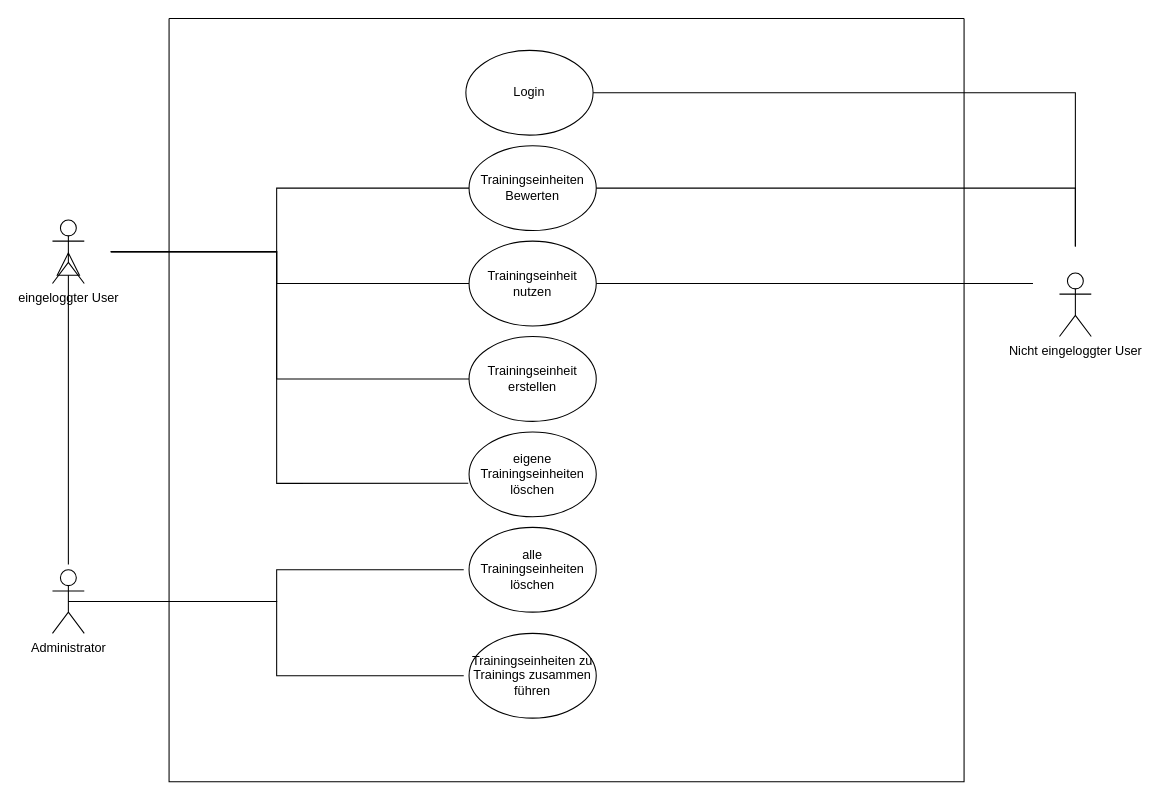
Before: Unbenanntes Diagramm.drawio in andrinnn6789/FootballAdministrationsApp, a draw.io diagram. Source tidied: cells renumbered, new cells numbered last; positions are measured from the earlier drawing's top-left corner, leaving out a move shared by most shapes. Both pictures are drawn from the tidied source at 106%, with x=0, y=0 at pixel (52, 18).
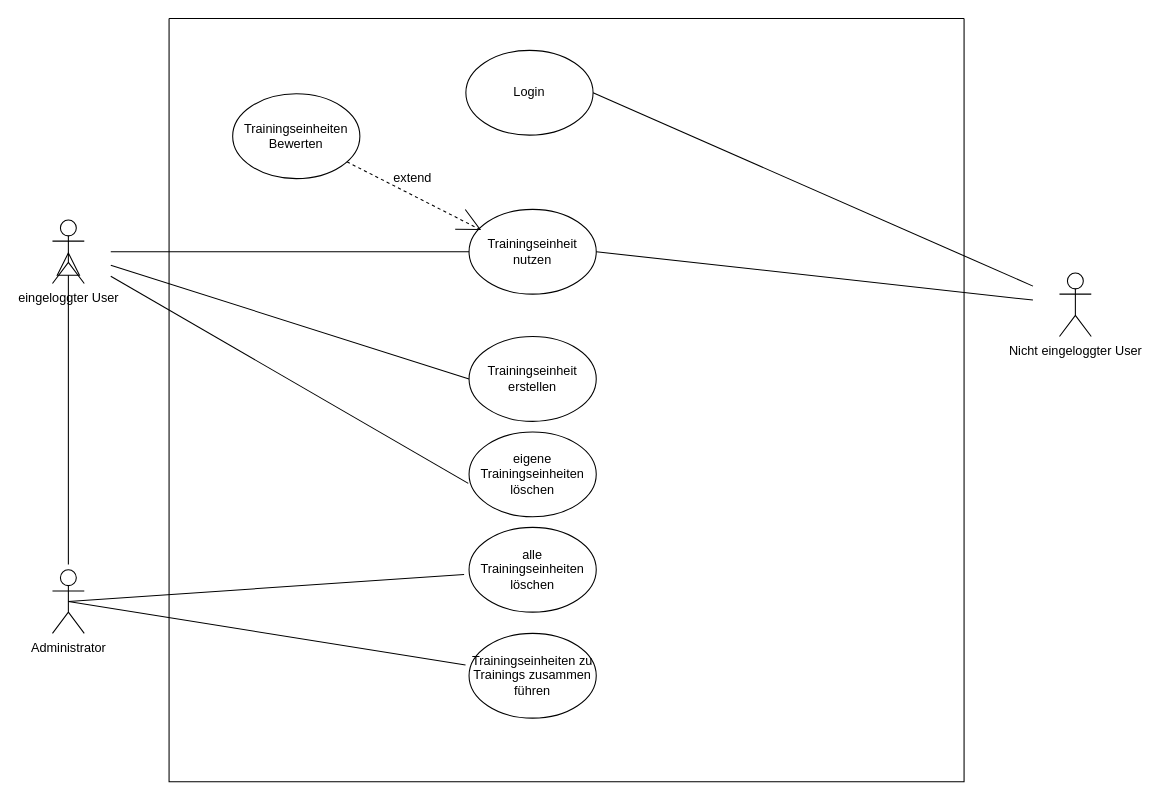
After the change.

Unchanged cells that the change refers to:
```xml
<mxCell id="4" style="swimlane;startSize=0;" parent="1" vertex="1">
  <mxGeometry x="110" width="750" height="720" as="geometry" />
</mxCell>
<mxCell id="5" value="Trainingseinheit erstellen" style="ellipse;whiteSpace=wrap;html=1;" parent="4" vertex="1">
  <mxGeometry x="283" y="300" width="120" height="80" as="geometry" />
</mxCell>
<mxCell id="6" value="alle Trainingseinheiten löschen" style="ellipse;whiteSpace=wrap;html=1;" parent="4" vertex="1">
  <mxGeometry x="283" y="480" width="120" height="80" as="geometry" />
</mxCell>
<mxCell id="9" value="Trainingseinheiten zu Trainings zusammen führen" style="ellipse;whiteSpace=wrap;html=1;" parent="4" vertex="1">
  <mxGeometry x="283" y="580" width="120" height="80" as="geometry" />
</mxCell>
<mxCell id="10" value="eigene Trainingseinheiten löschen" style="ellipse;whiteSpace=wrap;html=1;" parent="4" vertex="1">
  <mxGeometry x="283" y="390" width="120" height="80" as="geometry" />
</mxCell>
<mxCell id="11" value="Login" style="ellipse;whiteSpace=wrap;html=1;" parent="4" vertex="1">
  <mxGeometry x="280" y="30" width="120" height="80" as="geometry" />
</mxCell>
<mxCell id="15" value="Nicht eingeloggter User" style="shape=umlActor;verticalLabelPosition=bottom;verticalAlign=top;html=1;outlineConnect=0;" parent="1" vertex="1">
  <mxGeometry x="950" y="240" width="30" height="60" as="geometry" />
</mxCell>
<mxCell id="21" value="eingeloggter User" style="shape=umlActor;verticalLabelPosition=bottom;verticalAlign=top;html=1;outlineConnect=0;" parent="1" vertex="1">
  <mxGeometry y="190" width="30" height="60" as="geometry" />
</mxCell>
<mxCell id="24" value="Administrator" style="shape=umlActor;verticalLabelPosition=bottom;verticalAlign=top;html=1;outlineConnect=0;" parent="1" vertex="1">
  <mxGeometry y="520" width="30" height="60" as="geometry" />
</mxCell>
```

Diff of the diagram source:
```diff
@@
     <mxCell id="7" value="Trainingseinheit nutzen" style="ellipse;whiteSpace=wrap;html=1;" parent="4" vertex="1">
-      <mxGeometry x="283" y="210" width="120" height="80" as="geometry" />
+      <mxGeometry x="283" y="180" width="120" height="80" as="geometry" />
     </mxCell>
+    <mxCell id="25" style="rounded=0;sketch=0;jumpSize=4;jettySize=auto;entryX=0.095;entryY=0.244;entryDx=0;entryDy=0;entryPerimeter=0;startArrow=none;startFill=0;endArrow=open;endFill=0;startSize=20;endSize=20;sourcePerimeterSpacing=0;targetPerimeterSpacing=5;strokeWidth=1;dashed=1;html=1;" parent="4" edge="1" source="8" target="7">
+      <mxGeometry relative="1" as="geometry" />
+    </mxCell>
     <mxCell id="8" value="Trainingseinheiten Bewerten" style="ellipse;whiteSpace=wrap;html=1;" parent="4" vertex="1">
-      <mxGeometry x="283" y="120" width="120" height="80" as="geometry" />
+      <mxGeometry x="60" y="71" width="120" height="80" as="geometry" />
     </mxCell>
@@
+    <mxCell id="26" value="extend" style="text;html=1;strokeColor=none;fillColor=none;align=center;verticalAlign=middle;whiteSpace=wrap;rounded=0;" parent="4" vertex="1">
+      <mxGeometry x="200" y="136" width="60" height="30" as="geometry" />
+    </mxCell>
-    <mxCell id="12" style="edgeStyle=orthogonalEdgeStyle;rounded=0;sketch=0;jumpSize=4;jettySize=auto;html=1;entryX=1;entryY=0.5;entryDx=0;entryDy=0;startArrow=none;startFill=0;endArrow=none;endFill=0;startSize=20;endSize=20;sourcePerimeterSpacing=25;targetPerimeterSpacing=5;strokeWidth=1;" parent="1" edge="1" source="15" target="11">
-      <mxGeometry relative="1" as="geometry">
-        <Array as="points">
-          <mxPoint x="965" y="70" />
-        </Array>
-      </mxGeometry>
+    <mxCell id="12" style="rounded=0;sketch=0;jumpSize=4;jettySize=auto;html=1;entryX=1;entryY=0.5;entryDx=0;entryDy=0;startArrow=none;startFill=0;endArrow=none;endFill=0;startSize=20;endSize=20;sourcePerimeterSpacing=25;targetPerimeterSpacing=5;strokeWidth=1;" parent="1" edge="1" source="15" target="11">
+      <mxGeometry relative="1" as="geometry" />
     </mxCell>
-    <mxCell id="13" style="edgeStyle=orthogonalEdgeStyle;rounded=0;sketch=0;jumpSize=4;jettySize=auto;html=1;entryX=1;entryY=0.5;entryDx=0;entryDy=0;startArrow=none;startFill=0;endArrow=none;endFill=0;startSize=20;endSize=20;sourcePerimeterSpacing=25;targetPerimeterSpacing=5;strokeWidth=1;" parent="1" edge="1" source="15" target="8">
-      <mxGeometry relative="1" as="geometry">
-        <Array as="points">
-          <mxPoint x="965" y="160" />
-        </Array>
-      </mxGeometry>
-    </mxCell>
-    <mxCell id="14" style="edgeStyle=orthogonalEdgeStyle;rounded=0;sketch=0;jumpSize=4;jettySize=auto;html=1;entryX=1;entryY=0.5;entryDx=0;entryDy=0;startArrow=none;startFill=0;endArrow=none;endFill=0;startSize=20;endSize=20;sourcePerimeterSpacing=25;targetPerimeterSpacing=5;strokeWidth=1;" parent="1" edge="1" source="15" target="7">
-      <mxGeometry relative="1" as="geometry">
-        <Array as="points">
-          <mxPoint x="710" y="250" />
-          <mxPoint x="710" y="250" />
-        </Array>
-      </mxGeometry>
+    <mxCell id="14" style="rounded=0;sketch=0;jumpSize=4;jettySize=auto;html=1;entryX=1;entryY=0.5;entryDx=0;entryDy=0;startArrow=none;startFill=0;endArrow=none;endFill=0;startSize=20;endSize=20;sourcePerimeterSpacing=25;targetPerimeterSpacing=5;strokeWidth=1;" parent="1" edge="1" source="15" target="7">
+      <mxGeometry relative="1" as="geometry" />
     </mxCell>
@@
-    <mxCell id="16" style="edgeStyle=orthogonalEdgeStyle;rounded=0;sketch=0;jumpSize=4;jettySize=auto;html=1;exitX=0.5;exitY=0.5;exitDx=0;exitDy=0;exitPerimeter=0;endArrow=none;endFill=0;startSize=20;endSize=20;sourcePerimeterSpacing=25;targetPerimeterSpacing=5;strokeWidth=1;startArrow=block;startFill=0;" parent="1" edge="1" source="21" target="24">
+    <mxCell id="16" style="rounded=0;sketch=0;jumpSize=4;jettySize=auto;html=1;exitX=0.5;exitY=0.5;exitDx=0;exitDy=0;exitPerimeter=0;endArrow=none;endFill=0;startSize=20;endSize=20;sourcePerimeterSpacing=25;targetPerimeterSpacing=5;strokeWidth=1;startArrow=block;startFill=0;" parent="1" edge="1" source="21" target="24">
       <mxGeometry relative="1" as="geometry" />
     </mxCell>
-    <mxCell id="17" style="edgeStyle=orthogonalEdgeStyle;rounded=0;sketch=0;jumpSize=4;jettySize=auto;html=1;entryX=-0.006;entryY=0.606;entryDx=0;entryDy=0;entryPerimeter=0;startArrow=none;startFill=0;endArrow=none;endFill=0;startSize=20;endSize=20;sourcePerimeterSpacing=25;targetPerimeterSpacing=5;strokeWidth=1;" parent="1" edge="1" source="21" target="10">
+    <mxCell id="17" style="rounded=0;sketch=0;jumpSize=4;jettySize=auto;html=1;entryX=-0.006;entryY=0.606;entryDx=0;entryDy=0;entryPerimeter=0;startArrow=none;startFill=0;endArrow=none;endFill=0;startSize=20;endSize=20;sourcePerimeterSpacing=25;targetPerimeterSpacing=5;strokeWidth=1;" parent="1" edge="1" source="21" target="10">
       <mxGeometry relative="1" as="geometry" />
     </mxCell>
-    <mxCell id="18" style="edgeStyle=orthogonalEdgeStyle;rounded=0;sketch=0;jumpSize=4;jettySize=auto;html=1;entryX=0;entryY=0.5;entryDx=0;entryDy=0;startArrow=none;startFill=0;endArrow=none;endFill=0;startSize=20;endSize=20;sourcePerimeterSpacing=25;targetPerimeterSpacing=5;strokeWidth=1;" parent="1" edge="1" source="21" target="5">
+    <mxCell id="18" style="rounded=0;sketch=0;jumpSize=4;jettySize=auto;html=1;entryX=0;entryY=0.5;entryDx=0;entryDy=0;startArrow=none;startFill=0;endArrow=none;endFill=0;startSize=20;endSize=20;sourcePerimeterSpacing=25;targetPerimeterSpacing=5;strokeWidth=1;" parent="1" edge="1" source="21" target="5">
       <mxGeometry relative="1" as="geometry" />
     </mxCell>
-    <mxCell id="19" style="edgeStyle=orthogonalEdgeStyle;rounded=0;sketch=0;jumpSize=4;jettySize=auto;html=1;entryX=0;entryY=0.5;entryDx=0;entryDy=0;startArrow=none;startFill=0;endArrow=none;endFill=0;startSize=20;endSize=20;sourcePerimeterSpacing=25;targetPerimeterSpacing=5;strokeWidth=1;" parent="1" edge="1" source="21" target="7">
+    <mxCell id="19" style="rounded=0;sketch=0;jumpSize=4;jettySize=auto;html=1;entryX=0;entryY=0.5;entryDx=0;entryDy=0;startArrow=none;startFill=0;endArrow=none;endFill=0;startSize=20;endSize=20;sourcePerimeterSpacing=25;targetPerimeterSpacing=5;strokeWidth=1;" parent="1" edge="1" source="21" target="7">
       <mxGeometry relative="1" as="geometry" />
     </mxCell>
-    <mxCell id="20" style="edgeStyle=orthogonalEdgeStyle;rounded=0;sketch=0;jumpSize=4;jettySize=auto;html=1;entryX=0;entryY=0.5;entryDx=0;entryDy=0;startArrow=none;startFill=0;endArrow=none;endFill=0;startSize=20;endSize=20;sourcePerimeterSpacing=25;targetPerimeterSpacing=5;strokeWidth=1;" parent="1" edge="1" source="21" target="8">
-      <mxGeometry relative="1" as="geometry" />
-    </mxCell>
@@
-    <mxCell id="22" style="edgeStyle=orthogonalEdgeStyle;rounded=0;sketch=0;jumpSize=4;jettySize=auto;html=1;exitX=0.5;exitY=0.5;exitDx=0;exitDy=0;exitPerimeter=0;endArrow=none;endFill=0;startSize=5;endSize=15;sourcePerimeterSpacing=5;targetPerimeterSpacing=5;strokeWidth=1;startArrow=none;startFill=0;" parent="1" edge="1" source="24" target="6">
+    <mxCell id="22" style="rounded=0;sketch=0;jumpSize=4;jettySize=auto;html=1;exitX=0.5;exitY=0.5;exitDx=0;exitDy=0;exitPerimeter=0;endArrow=none;endFill=0;startSize=5;endSize=15;sourcePerimeterSpacing=5;targetPerimeterSpacing=5;strokeWidth=1;startArrow=none;startFill=0;" parent="1" edge="1" source="24" target="6">
       <mxGeometry relative="1" as="geometry" />
     </mxCell>
-    <mxCell id="23" style="edgeStyle=orthogonalEdgeStyle;rounded=0;sketch=0;jumpSize=4;jettySize=auto;html=1;exitX=0.5;exitY=0.5;exitDx=0;exitDy=0;exitPerimeter=0;endArrow=none;endFill=0;startSize=5;endSize=15;sourcePerimeterSpacing=5;targetPerimeterSpacing=5;strokeWidth=1;startArrow=none;startFill=0;" parent="1" edge="1" source="24" target="9">
+    <mxCell id="23" style="rounded=0;sketch=0;jumpSize=4;jettySize=auto;html=1;exitX=0.5;exitY=0.5;exitDx=0;exitDy=0;exitPerimeter=0;endArrow=none;endFill=0;startSize=5;endSize=15;sourcePerimeterSpacing=5;targetPerimeterSpacing=5;strokeWidth=1;startArrow=none;startFill=0;" parent="1" edge="1" source="24" target="9">
       <mxGeometry relative="1" as="geometry" />
     </mxCell>
```
